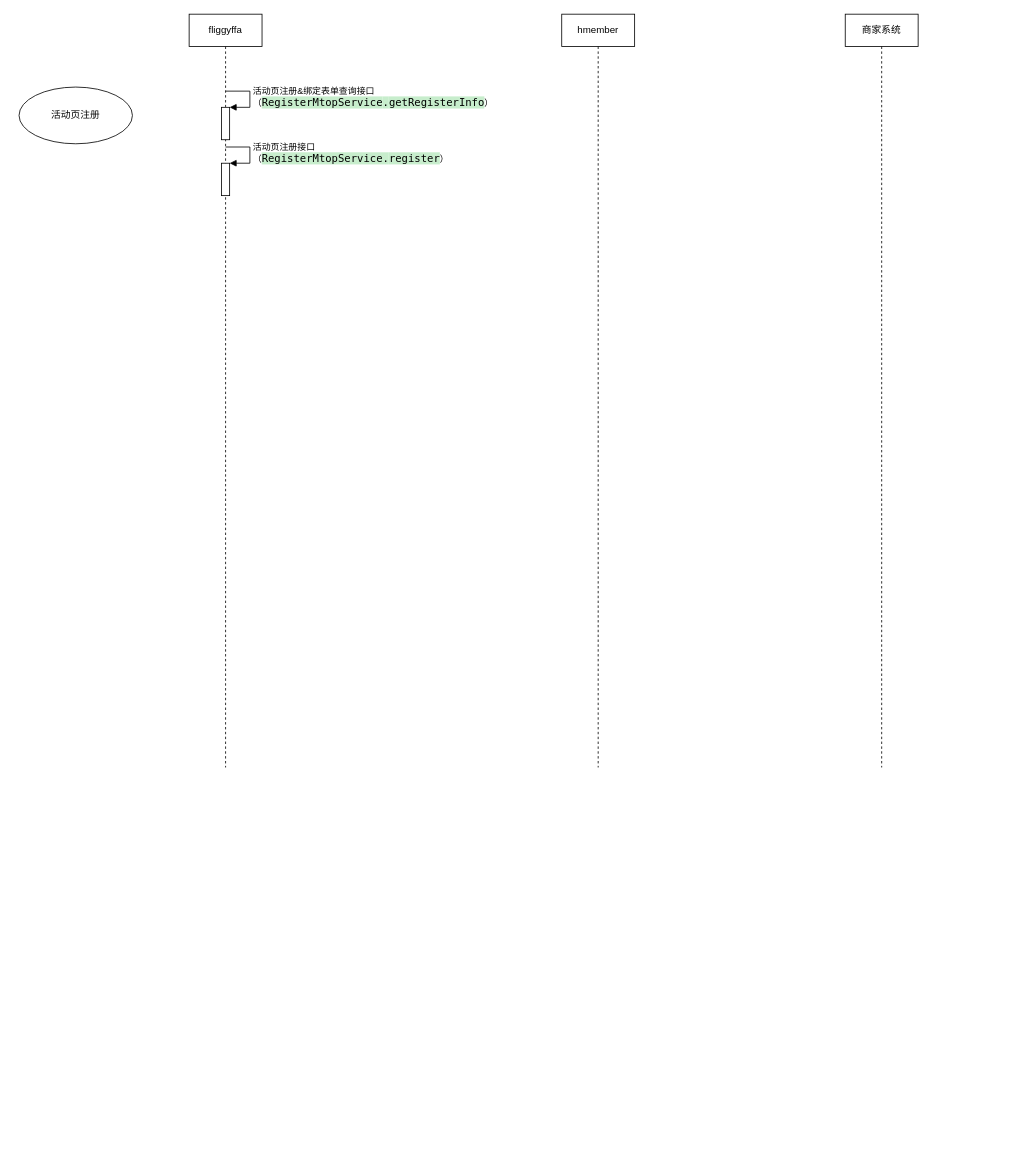
The draw.io diagram page "标准商家会员注册&绑定" (2 of 3) of 会员接口时序.drawio in renqiuming/drawio, before the edit. Source tidied: cells renumbered, new cells numbered last; positions are measured from the earlier drawing's top-left corner, leaving out a move shared by most shapes. Both pictures are drawn from the tidied source at 81%, with x=0, y=0 at pixel (19, 14).
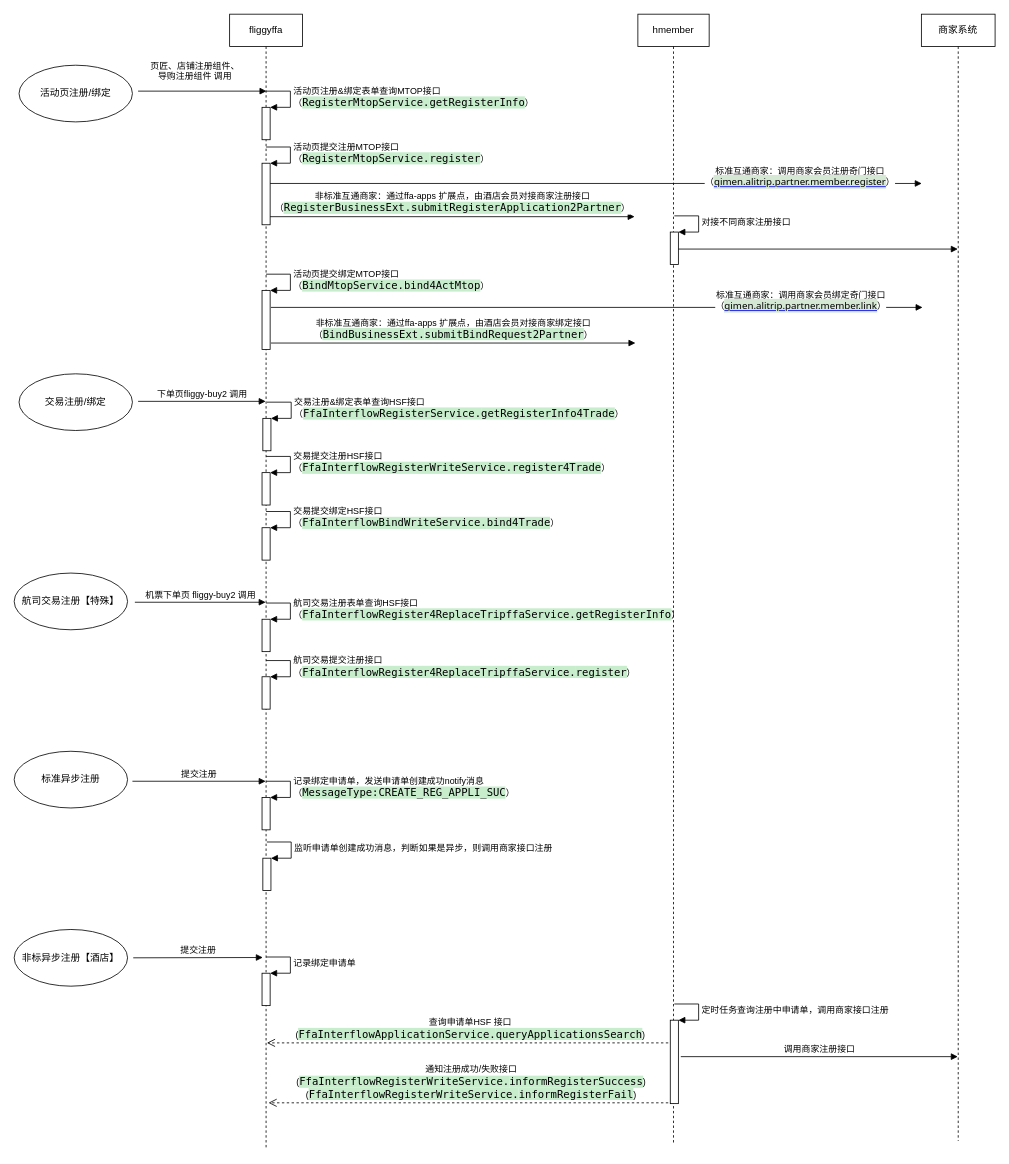
After the change.

Commit message:
更新会员接口时序.drawio

The change refers to these unchanged cells:
```xml
<mxCell id="3" style="html=1;points=[];perimeter=orthogonalPerimeter;" parent="2" vertex="1">
  <mxGeometry x="40" y="115" width="10" height="40" as="geometry" />
</mxCell>
```

Change to the diagram source:
```diff
@@
     <mxCell id="2" value="fliggyffa" style="shape=umlLifeline;perimeter=lifelinePerimeter;whiteSpace=wrap;html=1;outlineConnect=0;" parent="1" vertex="1">
-      <mxGeometry x="210" width="90" height="930" as="geometry" />
+      <mxGeometry x="260" width="90" height="1402" as="geometry" />
     </mxCell>
@@
-    <mxCell id="4" value="活动页注册&amp;amp;绑定表单查询接口&lt;br&gt;（&lt;span style=&quot;background-color: rgb(199 , 237 , 204) ; font-family: &amp;#34;menlo&amp;#34; ; font-size: 9.8pt&quot;&gt;RegisterMtopService&lt;/span&gt;&lt;span style=&quot;background-color: rgb(199 , 237 , 204) ; font-family: &amp;#34;menlo&amp;#34; ; font-size: 9.8pt&quot;&gt;.&lt;/span&gt;&lt;span style=&quot;background-color: rgb(199 , 237 , 204) ; font-family: &amp;#34;menlo&amp;#34; ; font-size: 9.8pt&quot;&gt;getRegisterInfo&lt;/span&gt;）" style="edgeStyle=orthogonalEdgeStyle;html=1;align=left;spacingLeft=2;endArrow=block;rounded=0;entryX=1;entryY=0;" parent="2" edge="1" target="3">
+    <mxCell id="4" value="活动页注册&amp;amp;绑定表单查询MTOP接口&lt;br&gt;（&lt;span style=&quot;background-color: rgb(199 , 237 , 204) ; font-family: &amp;#34;menlo&amp;#34; ; font-size: 9.8pt&quot;&gt;RegisterMtopService&lt;/span&gt;&lt;span style=&quot;background-color: rgb(199 , 237 , 204) ; font-family: &amp;#34;menlo&amp;#34; ; font-size: 9.8pt&quot;&gt;.&lt;/span&gt;&lt;span style=&quot;background-color: rgb(199 , 237 , 204) ; font-family: &amp;#34;menlo&amp;#34; ; font-size: 9.8pt&quot;&gt;getRegisterInfo&lt;/span&gt;）" style="edgeStyle=orthogonalEdgeStyle;html=1;align=left;spacingLeft=2;endArrow=block;rounded=0;entryX=1;entryY=0;" parent="2" edge="1" target="3">
       <mxGeometry relative="1" as="geometry">
         <mxPoint x="45" y="95" as="sourcePoint" />
         <Array as="points">
           <mxPoint x="75" y="95" />
         </Array>
       </mxGeometry>
     </mxCell>
     <mxCell id="5" style="html=1;points=[];perimeter=orthogonalPerimeter;" parent="2" vertex="1">
-      <mxGeometry x="40" y="184" width="10" height="40" as="geometry" />
+      <mxGeometry x="40" y="184" width="10" height="76" as="geometry" />
     </mxCell>
-    <mxCell id="6" value="活动页注册接口&lt;br&gt;（&lt;span style=&quot;font-family: &amp;#34;menlo&amp;#34; ; font-size: 13.0667px ; background-color: rgb(199 , 237 , 204)&quot;&gt;RegisterMtopService.&lt;/span&gt;&lt;span style=&quot;background-color: rgb(199 , 237 , 204) ; font-family: &amp;#34;menlo&amp;#34; ; font-size: 9.8pt&quot;&gt;register&lt;/span&gt;）" style="edgeStyle=orthogonalEdgeStyle;html=1;align=left;spacingLeft=2;endArrow=block;rounded=0;entryX=1;entryY=0;" parent="2" edge="1" target="5">
+    <mxCell id="6" value="活动页提交注册MTOP接口&lt;br&gt;（&lt;span style=&quot;font-family: &amp;#34;menlo&amp;#34; ; font-size: 13.0667px ; background-color: rgb(199 , 237 , 204)&quot;&gt;RegisterMtopService.&lt;/span&gt;&lt;span style=&quot;background-color: rgb(199 , 237 , 204) ; font-family: &amp;#34;menlo&amp;#34; ; font-size: 9.8pt&quot;&gt;register&lt;/span&gt;）" style="edgeStyle=orthogonalEdgeStyle;html=1;align=left;spacingLeft=2;endArrow=block;rounded=0;entryX=1;entryY=0;" parent="2" edge="1" target="5">
       <mxGeometry relative="1" as="geometry">
         <mxPoint x="45" y="164" as="sourcePoint" />
         <Array as="points">
           <mxPoint x="75" y="164" />
         </Array>
       </mxGeometry>
     </mxCell>
+    <mxCell id="10" style="html=1;verticalAlign=bottom;endArrow=block;" parent="2" edge="1">
+      <mxGeometry relative="1" as="geometry">
+        <mxPoint x="50" y="209" as="sourcePoint" />
+        <mxPoint x="854.5" y="209" as="targetPoint" />
+      </mxGeometry>
+    </mxCell>
+    <mxCell id="11" value="标准互通商家：调用商家会员注册奇门接口&lt;br&gt;（&lt;a href=&quot;http://api.alibaba-inc.com/api/rest/preview?apiId=182552&amp;amp;lmkey=qimenMenu-qimenList&quot; target=&quot;_blank&quot; class=&quot;ng-binding&quot; style=&quot;font-family: &amp;#34;tahoma&amp;#34; , &amp;#34;microsoft yahei&amp;#34; , &amp;#34;simsun&amp;#34; , sans-serif ; font-size: 12px ; text-align: left ; background-color: rgb(213 , 232 , 212)&quot;&gt;&lt;font color=&quot;#000000&quot;&gt;qimen.alitrip.partner.member.register&lt;/font&gt;&lt;/a&gt;）" style="edgeLabel;html=1;align=center;verticalAlign=middle;" parent="10" vertex="1">
+      <mxGeometry x="-0.02" y="-1" relative="1" as="geometry">
+        <mxPoint x="259.8" y="-10" as="offset" />
+      </mxGeometry>
+    </mxCell>
+    <mxCell id="12" style="html=1;points=[];perimeter=orthogonalPerimeter;" parent="2" vertex="1">
+      <mxGeometry x="40" y="566" width="10" height="40" as="geometry" />
+    </mxCell>
+    <mxCell id="13" value="交易提交注册HSF接口&lt;br&gt;（&lt;span style=&quot;background-color: rgb(199 , 237 , 204) ; font-family: &amp;#34;menlo&amp;#34; ; font-size: 9.8pt&quot;&gt;FfaInterflowRegisterWriteService.&lt;/span&gt;&lt;span style=&quot;background-color: rgb(199 , 237 , 204) ; font-family: &amp;#34;menlo&amp;#34; ; font-size: 9.8pt&quot;&gt;register4Trade&lt;/span&gt;）" style="edgeStyle=orthogonalEdgeStyle;html=1;align=left;spacingLeft=2;endArrow=block;rounded=0;entryX=1;entryY=0;" parent="2" edge="1" target="12">
+      <mxGeometry relative="1" as="geometry">
+        <mxPoint x="45" y="546" as="sourcePoint" />
+        <Array as="points">
+          <mxPoint x="75" y="546" />
+        </Array>
+      </mxGeometry>
+    </mxCell>
+    <mxCell id="14" style="html=1;points=[];perimeter=orthogonalPerimeter;" parent="2" vertex="1">
+      <mxGeometry x="40" y="341" width="10" height="73" as="geometry" />
+    </mxCell>
+    <mxCell id="15" value="活动页提交绑定MTOP接口&lt;br&gt;（&lt;span style=&quot;background-color: rgb(199 , 237 , 204) ; font-family: &amp;#34;menlo&amp;#34; ; font-size: 9.8pt&quot;&gt;BindMtopService.&lt;/span&gt;&lt;span style=&quot;background-color: rgb(199 , 237 , 204) ; font-family: &amp;#34;menlo&amp;#34; ; font-size: 9.8pt&quot;&gt;bind4ActMtop&lt;/span&gt;）" style="edgeStyle=orthogonalEdgeStyle;html=1;align=left;spacingLeft=2;endArrow=block;rounded=0;entryX=1;entryY=0;" parent="2" edge="1" target="14">
+      <mxGeometry relative="1" as="geometry">
+        <mxPoint x="45" y="321" as="sourcePoint" />
+        <Array as="points">
+          <mxPoint x="75" y="321" />
+        </Array>
+      </mxGeometry>
+    </mxCell>
+    <mxCell id="16" style="html=1;points=[];perimeter=orthogonalPerimeter;" parent="2" vertex="1">
+      <mxGeometry x="40" y="634" width="10" height="40" as="geometry" />
+    </mxCell>
+    <mxCell id="17" value="交易提交绑定HSF接口&lt;br&gt;（&lt;span style=&quot;background-color: rgb(199 , 237 , 204) ; font-family: &amp;#34;menlo&amp;#34; ; font-size: 9.8pt&quot;&gt;FfaInterflowBindWriteService.&lt;/span&gt;&lt;span style=&quot;background-color: rgb(199 , 237 , 204) ; font-family: &amp;#34;menlo&amp;#34; ; font-size: 9.8pt&quot;&gt;bind4Trade&lt;/span&gt;）" style="edgeStyle=orthogonalEdgeStyle;html=1;align=left;spacingLeft=2;endArrow=block;rounded=0;entryX=1;entryY=0;" parent="2" edge="1" target="16">
+      <mxGeometry relative="1" as="geometry">
+        <mxPoint x="45" y="614" as="sourcePoint" />
+        <Array as="points">
+          <mxPoint x="75" y="614" />
+        </Array>
+      </mxGeometry>
+    </mxCell>
+    <mxCell id="18" style="html=1;points=[];perimeter=orthogonalPerimeter;" parent="2" vertex="1">
+      <mxGeometry x="40" y="747" width="10" height="40" as="geometry" />
+    </mxCell>
+    <mxCell id="19" value="航司交易注册表单查询HSF接口&lt;br&gt;（&lt;span style=&quot;background-color: rgb(199 , 237 , 204) ; font-family: &amp;#34;menlo&amp;#34; ; font-size: 9.8pt&quot;&gt;FfaInterflowRegister4ReplaceTripffaService.&lt;/span&gt;&lt;span style=&quot;background-color: rgb(199 , 237 , 204) ; font-family: &amp;#34;menlo&amp;#34; ; font-size: 9.8pt&quot;&gt;getRegisterInfo&lt;/span&gt;）" style="edgeStyle=orthogonalEdgeStyle;html=1;align=left;spacingLeft=2;endArrow=block;rounded=0;entryX=1;entryY=0;" parent="2" edge="1" target="18">
+      <mxGeometry relative="1" as="geometry">
+        <mxPoint x="45" y="727" as="sourcePoint" />
+        <Array as="points">
+          <mxPoint x="75" y="727" />
+        </Array>
+      </mxGeometry>
+    </mxCell>
+    <mxCell id="20" style="html=1;points=[];perimeter=orthogonalPerimeter;" parent="2" vertex="1">
+      <mxGeometry x="40" y="818" width="10" height="40" as="geometry" />
+    </mxCell>
+    <mxCell id="21" value="航司交易提交注册接口&lt;br&gt;（&lt;span style=&quot;background-color: rgb(199 , 237 , 204) ; font-family: &amp;#34;menlo&amp;#34; ; font-size: 9.8pt&quot;&gt;FfaInterflowRegister4ReplaceTripffaService.&lt;/span&gt;&lt;span style=&quot;background-color: rgb(199 , 237 , 204) ; font-family: &amp;#34;menlo&amp;#34; ; font-size: 9.8pt&quot;&gt;register&lt;/span&gt;）" style="edgeStyle=orthogonalEdgeStyle;html=1;align=left;spacingLeft=2;endArrow=block;rounded=0;entryX=1;entryY=0;" parent="2" edge="1" target="20">
+      <mxGeometry relative="1" as="geometry">
+        <mxPoint x="45" y="798" as="sourcePoint" />
+        <Array as="points">
+          <mxPoint x="75" y="798" />
+        </Array>
+      </mxGeometry>
+    </mxCell>
+    <mxCell id="22" style="html=1;points=[];perimeter=orthogonalPerimeter;" parent="2" vertex="1">
+      <mxGeometry x="40" y="967" width="10" height="40" as="geometry" />
+    </mxCell>
+    <mxCell id="23" value="记录绑定申请单，发送申请单创建成功notify消息&lt;br&gt;（&lt;span style=&quot;background-color: rgb(199 , 237 , 204) ; font-family: &amp;#34;menlo&amp;#34; ; font-size: 9.8pt&quot;&gt;MessageType:&lt;/span&gt;&lt;span style=&quot;background-color: rgb(199 , 237 , 204) ; font-family: &amp;#34;menlo&amp;#34; ; font-size: 9.8pt&quot;&gt;CREATE_REG_APPLI_SUC&lt;/span&gt;）" style="edgeStyle=orthogonalEdgeStyle;html=1;align=left;spacingLeft=2;endArrow=block;rounded=0;entryX=1;entryY=0;" parent="2" edge="1" target="22">
+      <mxGeometry relative="1" as="geometry">
+        <mxPoint x="45" y="947" as="sourcePoint" />
+        <Array as="points">
+          <mxPoint x="75" y="947" />
+        </Array>
+      </mxGeometry>
+    </mxCell>
+    <mxCell id="24" style="html=1;points=[];perimeter=orthogonalPerimeter;" parent="2" vertex="1">
+      <mxGeometry x="41" y="1042" width="10" height="40" as="geometry" />
+    </mxCell>
+    <mxCell id="25" value="监听申请单创建成功消息，判断如果是异步，则调用商家接口注册" style="edgeStyle=orthogonalEdgeStyle;html=1;align=left;spacingLeft=2;endArrow=block;rounded=0;entryX=1;entryY=0;" parent="2" edge="1" target="24">
+      <mxGeometry relative="1" as="geometry">
+        <mxPoint x="46" y="1022" as="sourcePoint" />
+        <Array as="points">
+          <mxPoint x="76" y="1022" />
+        </Array>
+      </mxGeometry>
+    </mxCell>
+    <mxCell id="26" style="html=1;points=[];perimeter=orthogonalPerimeter;" parent="2" vertex="1">
+      <mxGeometry x="40" y="1184" width="10" height="40" as="geometry" />
+    </mxCell>
+    <mxCell id="27" value="记录绑定申请单" style="edgeStyle=orthogonalEdgeStyle;html=1;align=left;spacingLeft=2;endArrow=block;rounded=0;entryX=1;entryY=0;" parent="2" edge="1" target="26">
+      <mxGeometry relative="1" as="geometry">
+        <mxPoint x="45" y="1164" as="sourcePoint" />
+        <Array as="points">
+          <mxPoint x="75" y="1164" />
+        </Array>
+      </mxGeometry>
+    </mxCell>
+    <mxCell id="28" value="查询申请单HSF 接口&lt;br&gt;(&lt;span style=&quot;background-color: rgb(199 , 237 , 204) ; font-family: &amp;#34;menlo&amp;#34; ; font-size: 9.8pt&quot;&gt;FfaInterflowApplicationService.&lt;/span&gt;&lt;span style=&quot;background-color: rgb(199 , 237 , 204) ; font-family: &amp;#34;menlo&amp;#34; ; font-size: 9.8pt&quot;&gt;queryApplicationsSearch&lt;/span&gt;)" style="html=1;verticalAlign=bottom;endArrow=open;dashed=1;endSize=8;" parent="2" edge="1" source="7">
+      <mxGeometry relative="1" as="geometry">
+        <mxPoint x="46" y="1270" as="targetPoint" />
+      </mxGeometry>
+    </mxCell>
+    <mxCell id="29" value="通知注册成功/失败接口&lt;br&gt;(&lt;span style=&quot;background-color: rgb(199 , 237 , 204) ; font-family: &amp;#34;menlo&amp;#34; ; font-size: 9.8pt&quot;&gt;FfaInterflowRegisterWriteService.&lt;/span&gt;&lt;span style=&quot;background-color: rgb(199 , 237 , 204) ; font-family: &amp;#34;menlo&amp;#34; ; font-size: 9.8pt&quot;&gt;informRegisterSuccess&lt;/span&gt;)&lt;br&gt;(&lt;span style=&quot;font-family: &amp;#34;menlo&amp;#34; ; font-size: 13.0667px ; background-color: rgb(199 , 237 , 204)&quot;&gt;FfaInterflowRegisterWriteService.&lt;/span&gt;&lt;span style=&quot;background-color: rgb(199 , 237 , 204) ; font-family: &amp;#34;menlo&amp;#34; ; font-size: 9.8pt&quot;&gt;informRegisterFail&lt;/span&gt;)" style="html=1;verticalAlign=bottom;endArrow=open;dashed=1;endSize=8;" parent="2" edge="1" source="7">
+      <mxGeometry relative="1" as="geometry">
+        <mxPoint x="48" y="1344" as="targetPoint" />
+      </mxGeometry>
+    </mxCell>
     <mxCell id="7" value="hmember" style="shape=umlLifeline;perimeter=lifelinePerimeter;whiteSpace=wrap;html=1;outlineConnect=0;" parent="1" vertex="1">
-      <mxGeometry x="670" width="90" height="930" as="geometry" />
+      <mxGeometry x="764" width="88" height="1395" as="geometry" />
     </mxCell>
+    <mxCell id="30" style="html=1;points=[];perimeter=orthogonalPerimeter;" parent="7" vertex="1">
+      <mxGeometry x="40" y="269" width="10" height="40" as="geometry" />
+    </mxCell>
+    <mxCell id="31" value="对接不同商家注册接口" style="edgeStyle=orthogonalEdgeStyle;html=1;align=left;spacingLeft=2;endArrow=block;rounded=0;entryX=1;entryY=0;" parent="7" edge="1" target="30">
+      <mxGeometry relative="1" as="geometry">
+        <mxPoint x="45" y="249" as="sourcePoint" />
+        <Array as="points">
+          <mxPoint x="75" y="249" />
+        </Array>
+      </mxGeometry>
+    </mxCell>
+    <mxCell id="32" style="html=1;verticalAlign=bottom;endArrow=block;" parent="7" edge="1" target="8">
+      <mxGeometry x="-0.01" relative="1" as="geometry">
+        <mxPoint x="50" y="290" as="sourcePoint" />
+      </mxGeometry>
+    </mxCell>
+    <mxCell id="33" style="html=1;points=[];perimeter=orthogonalPerimeter;" parent="7" vertex="1">
+      <mxGeometry x="40" y="1242" width="10" height="103" as="geometry" />
+    </mxCell>
+    <mxCell id="34" value="定时任务查询注册中申请单，调用商家接口注册" style="edgeStyle=orthogonalEdgeStyle;html=1;align=left;spacingLeft=2;endArrow=block;rounded=0;entryX=1;entryY=0;" parent="7" edge="1" target="33">
+      <mxGeometry relative="1" as="geometry">
+        <mxPoint x="45" y="1222" as="sourcePoint" />
+        <Array as="points">
+          <mxPoint x="75" y="1222" />
+        </Array>
+      </mxGeometry>
+    </mxCell>
+    <mxCell id="35" value="调用商家注册接口" style="html=1;verticalAlign=bottom;endArrow=block;" parent="7" edge="1" target="8">
+      <mxGeometry relative="1" as="geometry">
+        <mxPoint x="53" y="1287" as="sourcePoint" />
+      </mxGeometry>
+    </mxCell>
     <mxCell id="8" value="商家系统" style="shape=umlLifeline;perimeter=lifelinePerimeter;whiteSpace=wrap;html=1;outlineConnect=0;" parent="1" vertex="1">
-      <mxGeometry x="1020" width="90" height="930" as="geometry" />
+      <mxGeometry x="1114" width="91" height="1391" as="geometry" />
     </mxCell>
-    <mxCell id="9" value="活动页注册" style="ellipse;whiteSpace=wrap;html=1;" parent="1" vertex="1">
-      <mxGeometry y="90" width="140" height="70" as="geometry" />
+    <mxCell id="9" value="活动页注册/绑定" style="ellipse;whiteSpace=wrap;html=1;" parent="1" vertex="1">
+      <mxGeometry y="63" width="140" height="70" as="geometry" />
     </mxCell>
+    <mxCell id="36" value="交易注册/绑定" style="ellipse;whiteSpace=wrap;html=1;" parent="1" vertex="1">
+      <mxGeometry y="444" width="140" height="70" as="geometry" />
+    </mxCell>
+    <mxCell id="37" value="非标准互通商家：通过ffa-apps 扩展点，由酒店会员对接商家注册接口&lt;br&gt;（&lt;span style=&quot;background-color: rgb(199 , 237 , 204) ; font-family: &amp;#34;menlo&amp;#34; ; font-size: 9.8pt&quot;&gt;RegisterBusinessExt.&lt;/span&gt;&lt;span style=&quot;background-color: rgb(199 , 237 , 204) ; font-family: &amp;#34;menlo&amp;#34; ; font-size: 9.8pt&quot;&gt;submitRegisterApplication2Partner&lt;/span&gt;）" style="html=1;verticalAlign=bottom;endArrow=block;" parent="1" edge="1">
+      <mxGeometry relative="1" as="geometry">
+        <mxPoint x="310" y="250" as="sourcePoint" />
+        <mxPoint x="760" y="250" as="targetPoint" />
+      </mxGeometry>
+    </mxCell>
+    <mxCell id="38" value="页匠、店铺注册组件、&lt;br&gt;导购注册组件 调用" style="html=1;verticalAlign=bottom;endArrow=block;" parent="1" edge="1">
+      <mxGeometry x="-0.12" y="9" relative="1" as="geometry">
+        <mxPoint x="147" y="95" as="sourcePoint" />
+        <mxPoint x="305.5" y="95" as="targetPoint" />
+      </mxGeometry>
+    </mxCell>
+    <mxCell id="39" value="下单页fliggy-buy2 调用" style="html=1;verticalAlign=bottom;endArrow=block;" parent="1" edge="1">
+      <mxGeometry relative="1" as="geometry">
+        <mxPoint x="147" y="478" as="sourcePoint" />
+        <mxPoint x="304.5" y="478" as="targetPoint" />
+      </mxGeometry>
+    </mxCell>
+    <mxCell id="40" style="html=1;points=[];perimeter=orthogonalPerimeter;" parent="1" vertex="1">
+      <mxGeometry x="301" y="499" width="10" height="40" as="geometry" />
+    </mxCell>
+    <mxCell id="41" value="交易注册&amp;amp;绑定表单查询HSF接口&lt;br&gt;（&lt;span style=&quot;background-color: rgb(199 , 237 , 204) ; font-family: &amp;#34;menlo&amp;#34; ; font-size: 9.8pt&quot;&gt;FfaInterflowRegisterService.&lt;/span&gt;&lt;span style=&quot;background-color: rgb(199 , 237 , 204) ; font-family: &amp;#34;menlo&amp;#34; ; font-size: 9.8pt&quot;&gt;getRegisterInfo4Trade&lt;/span&gt;）" style="edgeStyle=orthogonalEdgeStyle;html=1;align=left;spacingLeft=2;endArrow=block;rounded=0;entryX=1;entryY=0;" parent="1" edge="1" target="40">
+      <mxGeometry relative="1" as="geometry">
+        <mxPoint x="306" y="479" as="sourcePoint" />
+        <Array as="points">
+          <mxPoint x="336" y="479" />
+        </Array>
+      </mxGeometry>
+    </mxCell>
+    <mxCell id="42" style="html=1;verticalAlign=bottom;endArrow=block;" parent="1" edge="1">
+      <mxGeometry relative="1" as="geometry">
+        <mxPoint x="311" y="362" as="sourcePoint" />
+        <mxPoint x="1115.5" y="362" as="targetPoint" />
+      </mxGeometry>
+    </mxCell>
+    <mxCell id="43" value="标准互通商家：调用商家会员绑定奇门接口&lt;br&gt;（&lt;a href=&quot;http://api.alibaba-inc.com/api/rest/preview?apiId=194667&amp;amp;lmkey=qimenMenu-qimenList&quot; target=&quot;_blank&quot; class=&quot;ng-binding&quot; style=&quot;font-family: &amp;#34;tahoma&amp;#34; , &amp;#34;microsoft yahei&amp;#34; , &amp;#34;simsun&amp;#34; , sans-serif ; font-size: 12px ; text-align: left ; background-color: rgb(213 , 232 , 212)&quot;&gt;&lt;font color=&quot;#000000&quot;&gt;qimen.alitrip.partner.member.link&lt;/font&gt;&lt;/a&gt;）" style="edgeLabel;html=1;align=center;verticalAlign=middle;" parent="42" vertex="1">
+      <mxGeometry x="-0.02" y="-1" relative="1" as="geometry">
+        <mxPoint x="259.8" y="-10" as="offset" />
+      </mxGeometry>
+    </mxCell>
+    <mxCell id="44" value="非标准互通商家：通过ffa-apps 扩展点，由酒店会员对接商家绑定接口&lt;br&gt;（&lt;span style=&quot;background-color: rgb(199 , 237 , 204) ; font-family: &amp;#34;menlo&amp;#34; ; font-size: 9.8pt&quot;&gt;BindBusinessExt&lt;/span&gt;&lt;span style=&quot;background-color: rgb(199 , 237 , 204) ; font-family: &amp;#34;menlo&amp;#34; ; font-size: 9.8pt&quot;&gt;.&lt;/span&gt;&lt;span style=&quot;background-color: rgb(199 , 237 , 204) ; font-family: &amp;#34;menlo&amp;#34; ; font-size: 9.8pt&quot;&gt;submitBindRequest2Partner&lt;/span&gt;）" style="html=1;verticalAlign=bottom;endArrow=block;" parent="1" edge="1">
+      <mxGeometry relative="1" as="geometry">
+        <mxPoint x="311" y="406" as="sourcePoint" />
+        <mxPoint x="761" y="406" as="targetPoint" />
+      </mxGeometry>
+    </mxCell>
+    <mxCell id="45" value="航司交易注册【特殊】" style="ellipse;whiteSpace=wrap;html=1;" parent="1" vertex="1">
+      <mxGeometry x="-6" y="690" width="140" height="70" as="geometry" />
+    </mxCell>
+    <mxCell id="46" value="机票下单页 fliggy-buy2 调用" style="html=1;verticalAlign=bottom;endArrow=block;" parent="1" edge="1" target="2">
+      <mxGeometry relative="1" as="geometry">
+        <mxPoint x="143" y="726" as="sourcePoint" />
+      </mxGeometry>
+    </mxCell>
+    <mxCell id="47" value="标准异步注册" style="ellipse;whiteSpace=wrap;html=1;" parent="1" vertex="1">
+      <mxGeometry x="-6" y="910" width="140" height="70" as="geometry" />
+    </mxCell>
+    <mxCell id="48" value="提交注册" style="html=1;verticalAlign=bottom;endArrow=block;" parent="1" edge="1">
+      <mxGeometry relative="1" as="geometry">
+        <mxPoint x="140" y="947" as="sourcePoint" />
+        <mxPoint x="304.5" y="947" as="targetPoint" />
+      </mxGeometry>
+    </mxCell>
+    <mxCell id="49" value="非标异步注册【酒店】" style="ellipse;whiteSpace=wrap;html=1;" parent="1" vertex="1">
+      <mxGeometry x="-6" y="1130" width="140" height="70" as="geometry" />
+    </mxCell>
+    <mxCell id="50" value="提交注册" style="html=1;verticalAlign=bottom;endArrow=block;" parent="1" edge="1">
+      <mxGeometry relative="1" as="geometry">
+        <mxPoint x="141" y="1165" as="sourcePoint" />
+        <mxPoint x="301" y="1164.6" as="targetPoint" />
+      </mxGeometry>
+    </mxCell>
```
